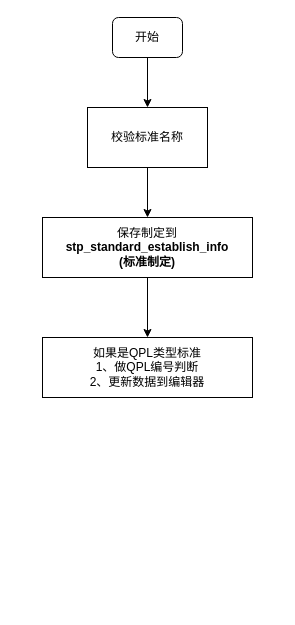
Above: 标准化/流程图.drawio in DemonHan/KuickBuy (draw.io), before the change. Source tidied: cells renumbered, new cells numbered last; positions are measured from the earlier drawing's top-left corner, leaving out a move shared by most shapes. Both pictures are drawn from the tidied source at 100%, with x=0, y=0 at pixel (42, 17).
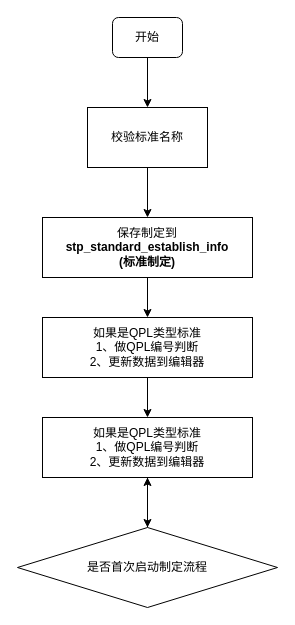
The same page after the edit.

Commit message (it also covers changes not shown here):
更新流程图.drawio

The edit, as a diff of the source:
```diff
@@
 <mxGraphModel>
   <root>
     <mxCell id="0" />
     <mxCell id="1" parent="0" />
     <mxCell id="2" style="edgeStyle=orthogonalEdgeStyle;rounded=0;jettySize=auto;html=1;entryX=0.5;entryY=0;entryDx=0;entryDy=0;" parent="1" edge="1" source="3" target="5">
       <mxGeometry relative="1" as="geometry" />
     </mxCell>
     <mxCell id="3" value="开始" style="rounded=1;whiteSpace=wrap;html=1;" parent="1" vertex="1">
       <mxGeometry x="70" width="70" height="40" as="geometry" />
     </mxCell>
     <mxCell id="4" style="edgeStyle=orthogonalEdgeStyle;rounded=0;jettySize=auto;html=1;" parent="1" edge="1" source="5" target="7">
       <mxGeometry relative="1" as="geometry" />
     </mxCell>
     <mxCell id="5" value="校验标准名称" style="rounded=0;whiteSpace=wrap;html=1;" parent="1" vertex="1">
       <mxGeometry x="45" y="90" width="120" height="60" as="geometry" />
     </mxCell>
     <mxCell id="6" style="edgeStyle=orthogonalEdgeStyle;rounded=0;jettySize=auto;html=1;entryX=0.5;entryY=0;entryDx=0;entryDy=0;" parent="1" edge="1" source="7" target="8">
       <mxGeometry relative="1" as="geometry" />
     </mxCell>
     <mxCell id="7" value="保存制定到&lt;div&gt;&lt;span style=&quot;font-weight: 700; text-wrap: nowrap;&quot;&gt;stp_standard_establish_info&lt;/span&gt;&lt;br style=&quot;padding: 0px; margin: 0px; font-weight: 700; text-wrap: nowrap;&quot;&gt;&lt;span style=&quot;font-weight: 700; text-wrap: nowrap;&quot;&gt;(标准制定)&lt;/span&gt;&lt;br&gt;&lt;/div&gt;" style="rounded=0;whiteSpace=wrap;html=1;" parent="1" vertex="1">
       <mxGeometry y="200" width="210" height="60" as="geometry" />
     </mxCell>
+    <mxCell id="9" style="edgeStyle=orthogonalEdgeStyle;rounded=0;jettySize=auto;html=1;entryX=0.5;entryY=0;entryDx=0;entryDy=0;" parent="1" edge="1" source="8" target="11">
+      <mxGeometry relative="1" as="geometry" />
+    </mxCell>
     <mxCell id="8" value="&lt;div&gt;如果是QPL类型标准&lt;/div&gt;&lt;div&gt;1、做QPL编号判断&lt;/div&gt;&lt;div&gt;2、更新数据到编辑器&lt;/div&gt;" style="rounded=0;whiteSpace=wrap;html=1;" parent="1" vertex="1">
-      <mxGeometry y="320" width="210" height="60" as="geometry" />
+      <mxGeometry y="300" width="210" height="60" as="geometry" />
     </mxCell>
+    <mxCell id="10" style="edgeStyle=orthogonalEdgeStyle;rounded=0;jettySize=auto;html=1;entryX=0.5;entryY=0;entryDx=0;entryDy=0;" parent="1" edge="1" source="11">
+      <mxGeometry relative="1" as="geometry">
+        <mxPoint x="105" y="510" as="targetPoint" />
+      </mxGeometry>
+    </mxCell>
+    <mxCell id="11" value="&lt;div&gt;如果是QPL类型标准&lt;/div&gt;&lt;div&gt;1、做QPL编号判断&lt;/div&gt;&lt;div&gt;2、更新数据到编辑器&lt;/div&gt;" style="rounded=0;whiteSpace=wrap;html=1;" parent="1" vertex="1">
+      <mxGeometry y="400" width="210" height="60" as="geometry" />
+    </mxCell>
+    <mxCell id="12" style="edgeStyle=orthogonalEdgeStyle;rounded=0;jettySize=auto;html=1;" parent="1" edge="1" source="13" target="11">
+      <mxGeometry relative="1" as="geometry" />
+    </mxCell>
+    <mxCell id="13" value="是否首次启动制定流程" style="rhombus;whiteSpace=wrap;html=1;" parent="1" vertex="1">
+      <mxGeometry x="-25" y="510" width="260" height="80" as="geometry" />
+    </mxCell>
   </root>
 </mxGraphModel>
```
